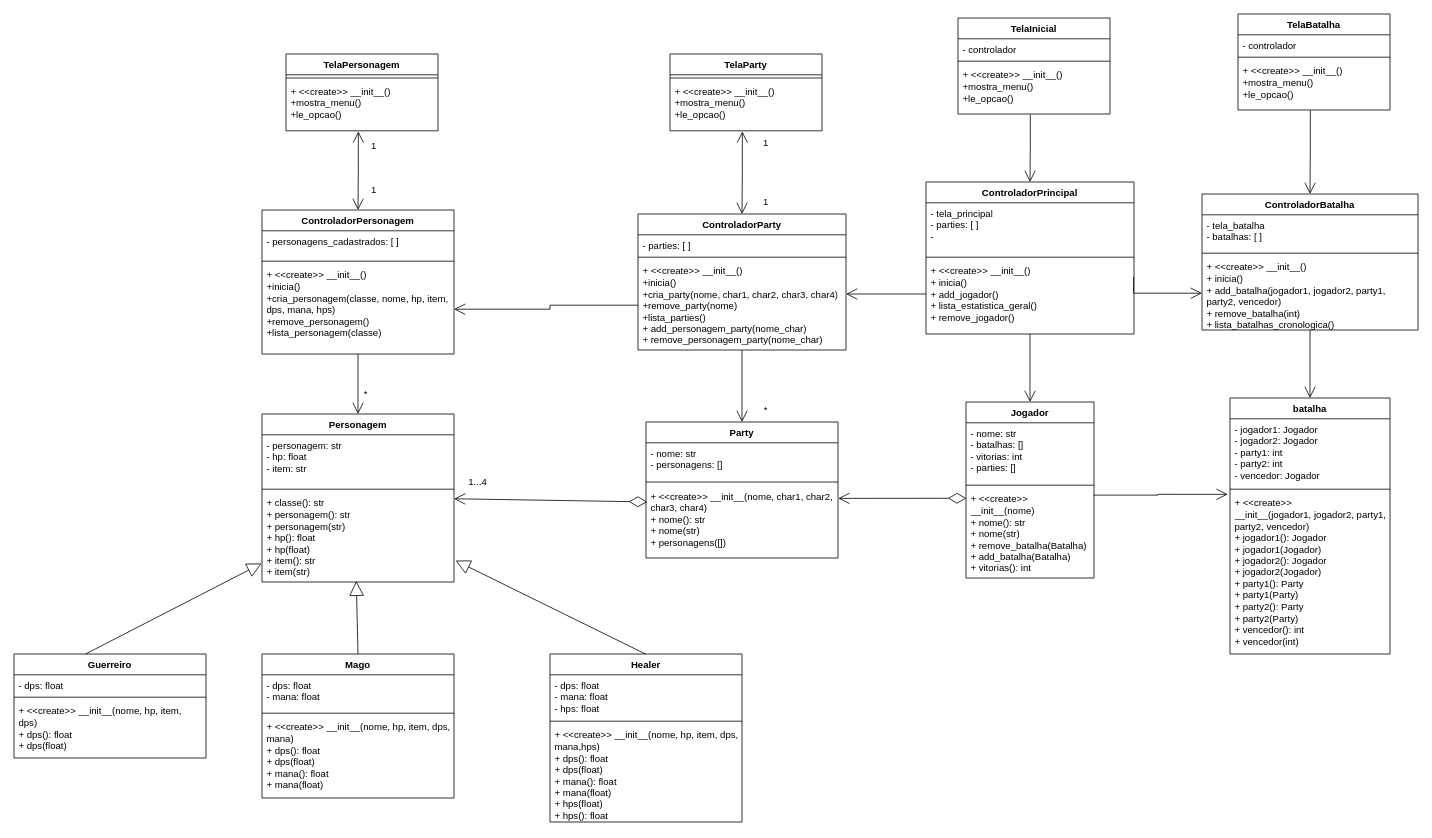
Earlier version of the draw.io diagram MVC_RPG.drawio (Coelho50/DSO_T1). Source tidied: cells renumbered, new cells numbered last; positions are measured from the earlier drawing's top-left corner, leaving out a move shared by most shapes. Both pictures are drawn from the tidied source at 80%, with x=0, y=0 at pixel (14, 14).
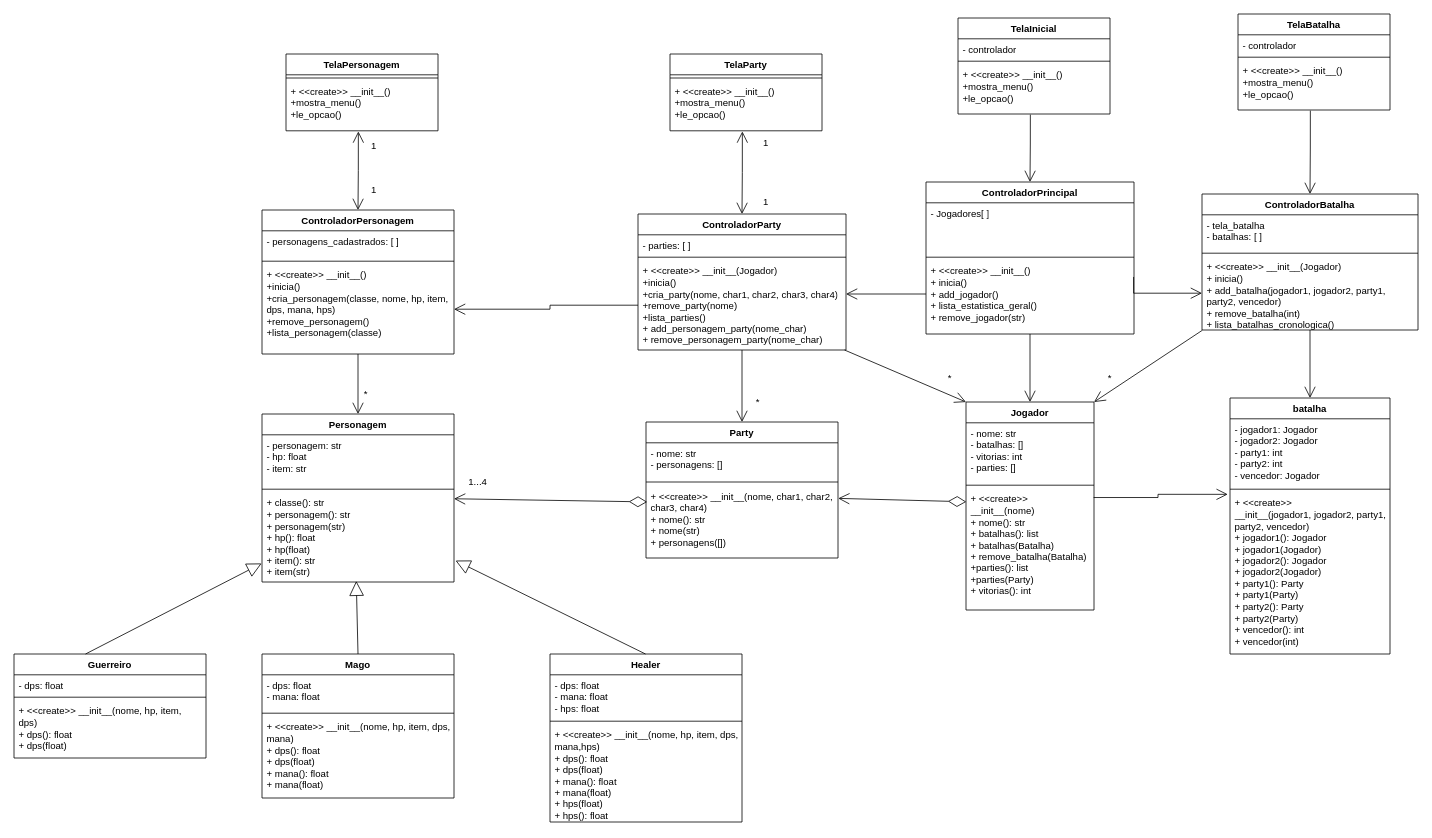
After the change.

Commit message:
modificacoes no MVC

The change refers to these unchanged cells:
```xml
<mxCell id="49" value="ControladorParty" style="swimlane;fontStyle=1;align=center;verticalAlign=top;horizontal=1;startSize=26;whiteSpace=wrap;html=1;" parent="1" vertex="1">
  <mxGeometry x="780" y="250" width="260" height="170" as="geometry" />
</mxCell>
<mxCell id="60" value="ControladorPrincipal" style="swimlane;fontStyle=1;align=center;verticalAlign=top;horizontal=1;startSize=26;whiteSpace=wrap;html=1;" parent="1" vertex="1">
  <mxGeometry x="1140" y="210" width="260" height="190" as="geometry" />
</mxCell>
<mxCell id="71" value="ControladorBatalha" style="swimlane;fontStyle=1;align=center;verticalAlign=top;horizontal=1;startSize=26;whiteSpace=wrap;html=1;" parent="1" vertex="1">
  <mxGeometry x="1485" y="225" width="270" height="170" as="geometry" />
</mxCell>
```

The edit, as a diff of the source:
```diff
@@
     <mxCell id="6" value="Jogador" style="swimlane;fontStyle=1;align=center;verticalAlign=top;horizontal=1;startSize=26;whiteSpace=wrap;html=1;" parent="1" vertex="1">
-      <mxGeometry x="1190" y="485" width="160" height="220" as="geometry" />
+      <mxGeometry x="1190" y="485" width="160" height="260" as="geometry" />
     </mxCell>
@@
-    <mxCell id="9" value="&lt;div&gt;+ &amp;lt;&amp;lt;create&amp;gt;&amp;gt;&lt;/div&gt;&lt;div&gt;&lt;span style=&quot;background-color: initial;&quot;&gt;__init__(nome)&lt;/span&gt;&lt;/div&gt;&lt;div&gt;+ nome(): str&lt;/div&gt;&lt;div&gt;+ nome(str)&lt;/div&gt;&lt;div&gt;+ remove_batalha(Batalha)&lt;/div&gt;&lt;div&gt;+ add_batalha(Batalha)&lt;/div&gt;&lt;div&gt;+ vitorias(): int&lt;/div&gt;" style="text;strokeColor=none;fillColor=none;align=left;verticalAlign=top;spacingLeft=4;spacingRight=4;overflow=hidden;points=[[0,0.5],[1,0.5]];portConstraint=eastwest;whiteSpace=wrap;html=1;" parent="6" vertex="1">
-      <mxGeometry y="108" width="160" height="112" as="geometry" />
+    <mxCell id="9" value="&lt;div&gt;+ &amp;lt;&amp;lt;create&amp;gt;&amp;gt;&lt;/div&gt;&lt;div&gt;&lt;span style=&quot;background-color: initial;&quot;&gt;__init__(nome)&lt;/span&gt;&lt;/div&gt;&lt;div&gt;+ nome(): str&lt;/div&gt;&lt;div&gt;+ batalhas(): list&lt;/div&gt;&lt;div&gt;+ batalhas(Batalha)&lt;br&gt;&lt;/div&gt;&lt;div&gt;+ remove_batalha(Batalha)&lt;/div&gt;&lt;div&gt;+parties(): list&lt;/div&gt;&lt;div&gt;+parties(Party)&lt;br&gt;&lt;/div&gt;&lt;div&gt;+ vitorias(): int&lt;/div&gt;" style="text;strokeColor=none;fillColor=none;align=left;verticalAlign=top;spacingLeft=4;spacingRight=4;overflow=hidden;points=[[0,0.5],[1,0.5]];portConstraint=eastwest;whiteSpace=wrap;html=1;" parent="6" vertex="1">
+      <mxGeometry y="108" width="160" height="152" as="geometry" />
     </mxCell>
@@
-    <mxCell id="52" value="&lt;div&gt;+ &amp;lt;&amp;lt;create&amp;gt;&amp;gt; &lt;span style=&quot;background-color: initial;&quot;&gt;__init__()&lt;/span&gt;&lt;/div&gt;&lt;div&gt;&lt;span style=&quot;background-color: initial;&quot;&gt;+inicia()&lt;br&gt;&lt;/span&gt;&lt;/div&gt;&lt;div&gt;+cria_party(&lt;span style=&quot;background-color: initial;&quot;&gt;nome, char1, char2, char3, char4&lt;/span&gt;)&lt;/div&gt;&lt;div&gt;&lt;div&gt;+remove_party(nome)&lt;/div&gt;&lt;div&gt;+lista_parties()&lt;/div&gt;&lt;div&gt;&lt;div&gt;+ add_personagem_party(nome_char)&lt;/div&gt;&lt;div&gt;+ remove_personagem_party(nome_char)&lt;/div&gt;&lt;/div&gt;&lt;/div&gt;&lt;div&gt;&lt;br&gt;&lt;/div&gt;" style="text;strokeColor=none;fillColor=none;align=left;verticalAlign=top;spacingLeft=4;spacingRight=4;overflow=hidden;points=[[0,0.5],[1,0.5]];portConstraint=eastwest;whiteSpace=wrap;html=1;" parent="49" vertex="1">
+    <mxCell id="52" value="&lt;div&gt;+ &amp;lt;&amp;lt;create&amp;gt;&amp;gt; &lt;span style=&quot;background-color: initial;&quot;&gt;__init__(Jogador)&lt;/span&gt;&lt;/div&gt;&lt;div&gt;&lt;span style=&quot;background-color: initial;&quot;&gt;+inicia()&lt;br&gt;&lt;/span&gt;&lt;/div&gt;&lt;div&gt;+cria_party(&lt;span style=&quot;background-color: initial;&quot;&gt;nome, char1, char2, char3, char4&lt;/span&gt;)&lt;/div&gt;&lt;div&gt;&lt;div&gt;+remove_party(nome)&lt;/div&gt;&lt;div&gt;+lista_parties()&lt;/div&gt;&lt;div&gt;&lt;div&gt;+ add_personagem_party(nome_char)&lt;/div&gt;&lt;div&gt;+ remove_personagem_party(nome_char)&lt;/div&gt;&lt;/div&gt;&lt;/div&gt;&lt;div&gt;&lt;br&gt;&lt;/div&gt;" style="text;strokeColor=none;fillColor=none;align=left;verticalAlign=top;spacingLeft=4;spacingRight=4;overflow=hidden;points=[[0,0.5],[1,0.5]];portConstraint=eastwest;whiteSpace=wrap;html=1;" parent="49" vertex="1">
       <mxGeometry y="58" width="260" height="112" as="geometry" />
     </mxCell>
@@
-    <mxCell id="61" value="- tela_principal&lt;br&gt;&lt;div&gt;- parties: [ ]&lt;/div&gt;&lt;div&gt;-&amp;nbsp;&lt;/div&gt;" style="text;strokeColor=none;fillColor=none;align=left;verticalAlign=top;spacingLeft=4;spacingRight=4;overflow=hidden;whiteSpace=wrap;html=1;" parent="60" vertex="1">
+    <mxCell id="61" value="- Jogadores[ ]" style="text;strokeColor=none;fillColor=none;align=left;verticalAlign=top;spacingLeft=4;spacingRight=4;overflow=hidden;whiteSpace=wrap;html=1;" parent="60" vertex="1">
       <mxGeometry y="26" width="260" height="64" as="geometry" />
     </mxCell>
@@
-    <mxCell id="63" value="&lt;div&gt;+ &amp;lt;&amp;lt;create&amp;gt;&amp;gt; &lt;span style=&quot;background-color: initial;&quot;&gt;__init__()&lt;/span&gt;&lt;/div&gt;&lt;div&gt;&lt;span style=&quot;background-color: initial;&quot;&gt;+ inicia()&lt;br&gt;&lt;/span&gt;&lt;/div&gt;&lt;div&gt;&lt;span style=&quot;background-color: initial;&quot;&gt;+ add_jogador()&lt;/span&gt;&lt;/div&gt;&lt;div&gt;&lt;span style=&quot;background-color: initial;&quot;&gt;+ lista_estatistica_geral()&lt;/span&gt;&lt;/div&gt;&lt;div&gt;&lt;span style=&quot;background-color: initial;&quot;&gt;+ remove_jogador()&lt;/span&gt;&lt;/div&gt;" style="text;strokeColor=none;fillColor=none;align=left;verticalAlign=top;spacingLeft=4;spacingRight=4;overflow=hidden;points=[[0,0.5],[1,0.5]];portConstraint=eastwest;whiteSpace=wrap;html=1;" parent="60" vertex="1">
+    <mxCell id="63" value="&lt;div&gt;+ &amp;lt;&amp;lt;create&amp;gt;&amp;gt; &lt;span style=&quot;background-color: initial;&quot;&gt;__init__()&lt;/span&gt;&lt;/div&gt;&lt;div&gt;&lt;span style=&quot;background-color: initial;&quot;&gt;+ inicia()&lt;br&gt;&lt;/span&gt;&lt;/div&gt;&lt;div&gt;&lt;span style=&quot;background-color: initial;&quot;&gt;+ add_jogador()&lt;/span&gt;&lt;/div&gt;&lt;div&gt;&lt;span style=&quot;background-color: initial;&quot;&gt;+ lista_estatistica_geral()&lt;/span&gt;&lt;/div&gt;&lt;div&gt;&lt;span style=&quot;background-color: initial;&quot;&gt;+ remove_jogador(str)&lt;/span&gt;&lt;/div&gt;" style="text;strokeColor=none;fillColor=none;align=left;verticalAlign=top;spacingLeft=4;spacingRight=4;overflow=hidden;points=[[0,0.5],[1,0.5]];portConstraint=eastwest;whiteSpace=wrap;html=1;" parent="60" vertex="1">
       <mxGeometry y="98" width="260" height="92" as="geometry" />
     </mxCell>
@@
-    <mxCell id="74" value="&lt;div&gt;+ &amp;lt;&amp;lt;create&amp;gt;&amp;gt; &lt;span style=&quot;background-color: initial;&quot;&gt;__init__()&lt;/span&gt;&lt;/div&gt;&lt;div&gt;&lt;span style=&quot;background-color: initial;&quot;&gt;+ inicia()&lt;br&gt;&lt;/span&gt;&lt;/div&gt;&lt;div&gt;+ add_batalha(&lt;span style=&quot;background-color: initial;&quot;&gt;jogador1, jogador2, party1, party2, vencedor&lt;/span&gt;)&lt;/div&gt;&lt;div&gt;&lt;div&gt;+ remove_batalha(int)&lt;/div&gt;&lt;div&gt;+ lista_batalhas_cronologica()&lt;/div&gt;&lt;/div&gt;&lt;div&gt;&lt;br&gt;&lt;/div&gt;" style="text;strokeColor=none;fillColor=none;align=left;verticalAlign=top;spacingLeft=4;spacingRight=4;overflow=hidden;points=[[0,0.5],[1,0.5]];portConstraint=eastwest;whiteSpace=wrap;html=1;" parent="71" vertex="1">
+    <mxCell id="74" value="&lt;div&gt;+ &amp;lt;&amp;lt;create&amp;gt;&amp;gt; &lt;span style=&quot;background-color: initial;&quot;&gt;__init__(Jogador)&lt;/span&gt;&lt;/div&gt;&lt;div&gt;&lt;span style=&quot;background-color: initial;&quot;&gt;+ inicia()&lt;br&gt;&lt;/span&gt;&lt;/div&gt;&lt;div&gt;+ add_batalha(&lt;span style=&quot;background-color: initial;&quot;&gt;jogador1, jogador2, party1, party2, vencedor&lt;/span&gt;)&lt;/div&gt;&lt;div&gt;&lt;div&gt;+ remove_batalha(int)&lt;/div&gt;&lt;div&gt;+ lista_batalhas_cronologica()&lt;/div&gt;&lt;/div&gt;&lt;div&gt;&lt;br&gt;&lt;/div&gt;" style="text;strokeColor=none;fillColor=none;align=left;verticalAlign=top;spacingLeft=4;spacingRight=4;overflow=hidden;points=[[0,0.5],[1,0.5]];portConstraint=eastwest;whiteSpace=wrap;html=1;" parent="71" vertex="1">
       <mxGeometry y="78" width="270" height="92" as="geometry" />
     </mxCell>
@@
     <mxCell id="83" value="*" style="text;html=1;align=center;verticalAlign=middle;whiteSpace=wrap;rounded=0;" parent="1" vertex="1">
-      <mxGeometry x="910" y="480" width="60" height="30" as="geometry" />
+      <mxGeometry x="1340" y="440" width="60" height="30" as="geometry" />
     </mxCell>
+    <mxCell id="84" style="endArrow=open;html=1;rounded=0;entryX=1;entryY=0;entryDx=0;entryDy=0;exitX=0.001;exitY=1.005;exitDx=0;exitDy=0;exitPerimeter=0;endFill=0;endSize=12;" parent="1" edge="1" source="74" target="6">
+      <mxGeometry relative="1" as="geometry" />
+    </mxCell>
+    <mxCell id="85" style="endArrow=open;html=1;rounded=0;entryX=0;entryY=0;entryDx=0;entryDy=0;exitX=0.993;exitY=1;exitDx=0;exitDy=0;exitPerimeter=0;endFill=0;endSize=12;" parent="1" edge="1" source="52" target="6">
+      <mxGeometry relative="1" as="geometry" />
+    </mxCell>
+    <mxCell id="86" value="*" style="text;html=1;align=center;verticalAlign=middle;whiteSpace=wrap;rounded=0;" parent="1" vertex="1">
+      <mxGeometry x="900" y="470" width="60" height="30" as="geometry" />
+    </mxCell>
+    <mxCell id="87" value="*" style="text;html=1;align=center;verticalAlign=middle;whiteSpace=wrap;rounded=0;" parent="1" vertex="1">
+      <mxGeometry x="1140" y="440" width="60" height="30" as="geometry" />
+    </mxCell>
```
